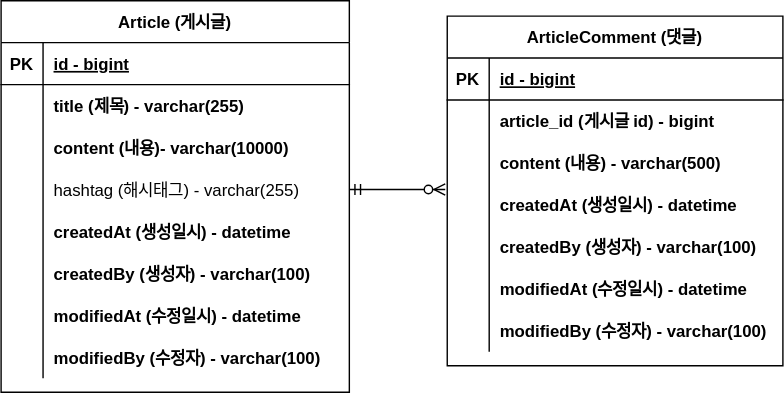
Before: document/project-board-erd.svg, a diagram exported from draw.io (nayoung240/proj-board). Source tidied: cells renumbered, new cells last; positions are measured from the earlier drawing's top-left corner, leaving out a move shared by most shapes.
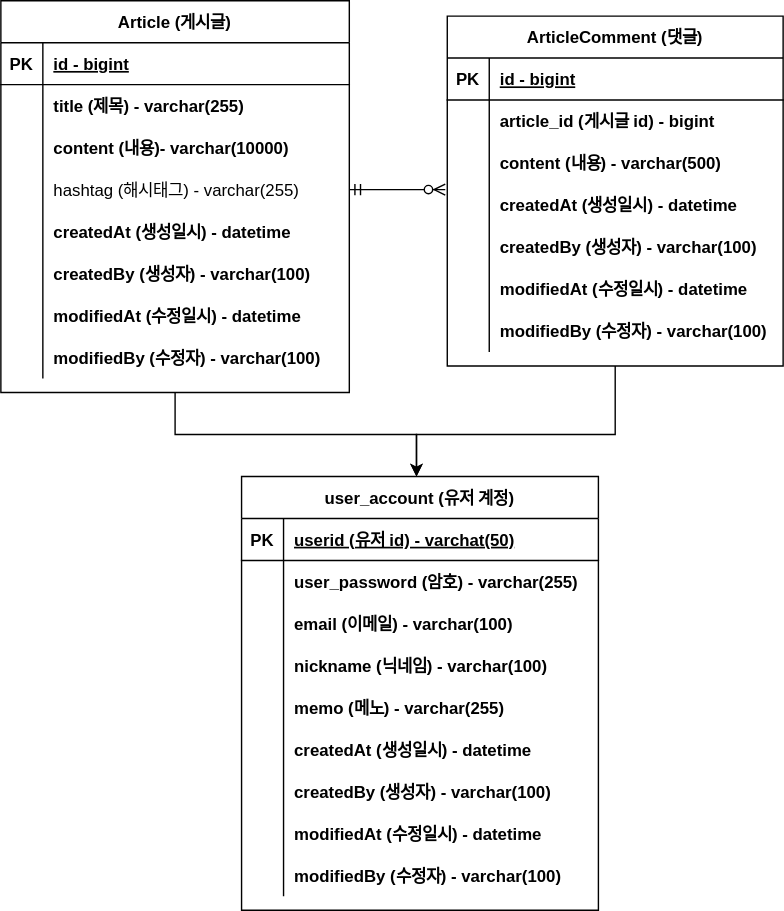
The same diagram one commit later.

Commit message:
유저계정 업데이트

What changed in the source:
```diff
@@ -2,6 +2,11 @@
   <root>
     <mxCell id="0" />
     <mxCell id="1" parent="0" />
+    <mxCell id="50" style="edgeStyle=orthogonalEdgeStyle;rounded=0;jettySize=auto;html=1;exitX=0.5;exitY=1;exitDx=0;exitDy=0;" parent="1" edge="1" source="2">
+      <mxGeometry relative="1" as="geometry">
+        <mxPoint x="297" y="340" as="targetPoint" />
+      </mxGeometry>
+    </mxCell>
     <mxCell id="2" value="Article (게시글)" style="shape=table;startSize=30;rowLines=0;fontStyle=1;align=center;" parent="1" vertex="1">
       <mxGeometry width="249" height="280" as="geometry" />
     </mxCell>
@@ -77,6 +82,15 @@
     <mxCell id="26" value="modifiedBy (수정자) - varchar(100)" style="shape=partialRectangle;overflow=hidden;fillColor=none;top=0;left=0;bottom=0;right=0;align=left;spacingLeft=6;fontStyle=1;" parent="24" vertex="1">
       <mxGeometry x="30" width="219" height="30" as="geometry" />
     </mxCell>
+    <mxCell id="51" style="edgeStyle=orthogonalEdgeStyle;rounded=0;jettySize=auto;html=1;exitX=0.5;exitY=1;exitDx=0;exitDy=0;" parent="1" edge="1" source="27">
+      <mxGeometry relative="1" as="geometry">
+        <mxPoint x="297" y="340" as="targetPoint" />
+        <Array as="points">
+          <mxPoint x="439" y="310" />
+          <mxPoint x="297" y="310" />
+        </Array>
+      </mxGeometry>
+    </mxCell>
     <mxCell id="27" value="ArticleComment (댓글)" style="shape=table;startSize=30;rowLines=0;fontStyle=1;align=center;" parent="1" vertex="1">
       <mxGeometry x="319" y="11" width="240" height="250" as="geometry" />
     </mxCell>
@@ -146,5 +160,89 @@
     <mxCell id="49" style="edgeStyle=entityRelationEdgeStyle;fontSize=12;html=1;endArrow=ERzeroToMany;startArrow=ERmandOne;rounded=0;exitX=1;exitY=0.5;exitDx=0;exitDy=0;entryX=-0.006;entryY=0.133;entryDx=0;entryDy=0;entryPerimeter=0;" parent="1" edge="1" source="12" target="37">
       <mxGeometry relative="1" as="geometry" />
     </mxCell>
+    <mxCell id="52" value="user_account (유저 계정)" style="shape=table;startSize=30;rowLines=0;fontStyle=1;align=center;" parent="1" vertex="1">
+      <mxGeometry x="172" y="340" width="255" height="310" as="geometry" />
+    </mxCell>
+    <mxCell id="53" style="shape=partialRectangle;fillColor=none;top=0;left=0;right=0;bottom=1;" parent="52" vertex="1">
+      <mxGeometry y="30" width="255" height="30" as="geometry" />
+    </mxCell>
+    <mxCell id="54" value="PK" style="shape=partialRectangle;overflow=hidden;fillColor=none;top=0;left=0;bottom=0;right=0;fontStyle=1;" parent="53" vertex="1">
+      <mxGeometry width="30" height="30" as="geometry" />
+    </mxCell>
+    <mxCell id="55" value="userid (유저 id) - varchat(50)" style="shape=partialRectangle;overflow=hidden;fillColor=none;top=0;left=0;bottom=0;right=0;align=left;spacingLeft=6;fontStyle=5;" parent="53" vertex="1">
+      <mxGeometry x="30" width="225" height="30" as="geometry" />
+    </mxCell>
+    <mxCell id="56" style="shape=partialRectangle;fillColor=none;top=0;left=0;right=0;bottom=0;" parent="52" vertex="1">
+      <mxGeometry y="60" width="255" height="30" as="geometry" />
+    </mxCell>
+    <mxCell id="57" style="shape=partialRectangle;overflow=hidden;fillColor=none;top=0;left=0;bottom=0;right=0;" parent="56" vertex="1">
+      <mxGeometry width="30" height="30" as="geometry" />
+    </mxCell>
+    <mxCell id="58" value="user_password (암호) - varchar(255)" style="shape=partialRectangle;overflow=hidden;fillColor=none;top=0;left=0;bottom=0;right=0;align=left;spacingLeft=6;fontStyle=1;" parent="56" vertex="1">
+      <mxGeometry x="30" width="225" height="30" as="geometry" />
+    </mxCell>
+    <mxCell id="59" style="shape=partialRectangle;fillColor=none;top=0;left=0;right=0;bottom=0;" parent="52" vertex="1">
+      <mxGeometry y="90" width="255" height="30" as="geometry" />
+    </mxCell>
+    <mxCell id="60" style="shape=partialRectangle;overflow=hidden;fillColor=none;top=0;left=0;bottom=0;right=0;" parent="59" vertex="1">
+      <mxGeometry width="30" height="30" as="geometry" />
+    </mxCell>
+    <mxCell id="61" value="email (이메일) - varchar(100)" style="shape=partialRectangle;overflow=hidden;fillColor=none;top=0;left=0;bottom=0;right=0;align=left;spacingLeft=6;fontStyle=1;" parent="59" vertex="1">
+      <mxGeometry x="30" width="225" height="30" as="geometry" />
+    </mxCell>
+    <mxCell id="62" style="shape=partialRectangle;fillColor=none;top=0;left=0;right=0;bottom=0;" parent="52" vertex="1">
+      <mxGeometry y="120" width="255" height="30" as="geometry" />
+    </mxCell>
+    <mxCell id="63" style="shape=partialRectangle;overflow=hidden;fillColor=none;top=0;left=0;bottom=0;right=0;" parent="62" vertex="1">
+      <mxGeometry width="30" height="30" as="geometry" />
+    </mxCell>
+    <mxCell id="64" value="nickname (닉네임) - varchar(100)" style="shape=partialRectangle;overflow=hidden;fillColor=none;top=0;left=0;bottom=0;right=0;align=left;spacingLeft=6;fontStyle=1;" parent="62" vertex="1">
+      <mxGeometry x="30" width="225" height="30" as="geometry" />
+    </mxCell>
+    <mxCell id="65" style="shape=partialRectangle;fillColor=none;top=0;left=0;right=0;bottom=0;" parent="52" vertex="1">
+      <mxGeometry y="150" width="255" height="30" as="geometry" />
+    </mxCell>
+    <mxCell id="66" style="shape=partialRectangle;overflow=hidden;fillColor=none;top=0;left=0;bottom=0;right=0;" parent="65" vertex="1">
+      <mxGeometry width="30" height="30" as="geometry" />
+    </mxCell>
+    <mxCell id="67" value="memo (메노) - varchar(255)" style="shape=partialRectangle;overflow=hidden;fillColor=none;top=0;left=0;bottom=0;right=0;align=left;spacingLeft=6;fontStyle=1;" parent="65" vertex="1">
+      <mxGeometry x="30" width="225" height="30" as="geometry" />
+    </mxCell>
+    <mxCell id="68" style="shape=partialRectangle;fillColor=none;top=0;left=0;right=0;bottom=0;" parent="52" vertex="1">
+      <mxGeometry y="180" width="255" height="30" as="geometry" />
+    </mxCell>
+    <mxCell id="69" style="shape=partialRectangle;overflow=hidden;fillColor=none;top=0;left=0;bottom=0;right=0;" parent="68" vertex="1">
+      <mxGeometry width="30" height="30" as="geometry" />
+    </mxCell>
+    <mxCell id="70" value="createdAt (생성일시) - datetime" style="shape=partialRectangle;overflow=hidden;fillColor=none;top=0;left=0;bottom=0;right=0;align=left;spacingLeft=6;fontStyle=1;" parent="68" vertex="1">
+      <mxGeometry x="30" width="225" height="30" as="geometry" />
+    </mxCell>
+    <mxCell id="71" style="shape=partialRectangle;fillColor=none;top=0;left=0;right=0;bottom=0;" parent="52" vertex="1">
+      <mxGeometry y="210" width="255" height="30" as="geometry" />
+    </mxCell>
+    <mxCell id="72" style="shape=partialRectangle;overflow=hidden;fillColor=none;top=0;left=0;bottom=0;right=0;" parent="71" vertex="1">
+      <mxGeometry width="30" height="30" as="geometry" />
+    </mxCell>
+    <mxCell id="73" value="createdBy (생성자) - varchar(100)" style="shape=partialRectangle;overflow=hidden;fillColor=none;top=0;left=0;bottom=0;right=0;align=left;spacingLeft=6;fontStyle=1;" parent="71" vertex="1">
+      <mxGeometry x="30" width="225" height="30" as="geometry" />
+    </mxCell>
+    <mxCell id="74" style="shape=partialRectangle;fillColor=none;top=0;left=0;right=0;bottom=0;" parent="52" vertex="1">
+      <mxGeometry y="240" width="255" height="30" as="geometry" />
+    </mxCell>
+    <mxCell id="75" style="shape=partialRectangle;overflow=hidden;fillColor=none;top=0;left=0;bottom=0;right=0;" parent="74" vertex="1">
+      <mxGeometry width="30" height="30" as="geometry" />
+    </mxCell>
+    <mxCell id="76" value="modifiedAt (수정일시) - datetime" style="shape=partialRectangle;overflow=hidden;fillColor=none;top=0;left=0;bottom=0;right=0;align=left;spacingLeft=6;fontStyle=1;" parent="74" vertex="1">
+      <mxGeometry x="30" width="225" height="30" as="geometry" />
+    </mxCell>
+    <mxCell id="77" style="shape=partialRectangle;fillColor=none;top=0;left=0;right=0;bottom=0;" parent="52" vertex="1">
+      <mxGeometry y="270" width="255" height="30" as="geometry" />
+    </mxCell>
+    <mxCell id="78" style="shape=partialRectangle;overflow=hidden;fillColor=none;top=0;left=0;bottom=0;right=0;" parent="77" vertex="1">
+      <mxGeometry width="30" height="30" as="geometry" />
+    </mxCell>
+    <mxCell id="79" value="modifiedBy (수정자) - varchar(100)" style="shape=partialRectangle;overflow=hidden;fillColor=none;top=0;left=0;bottom=0;right=0;align=left;spacingLeft=6;fontStyle=1;" parent="77" vertex="1">
+      <mxGeometry x="30" width="225" height="30" as="geometry" />
+    </mxCell>
   </root>
 </mxGraphModel>
```
